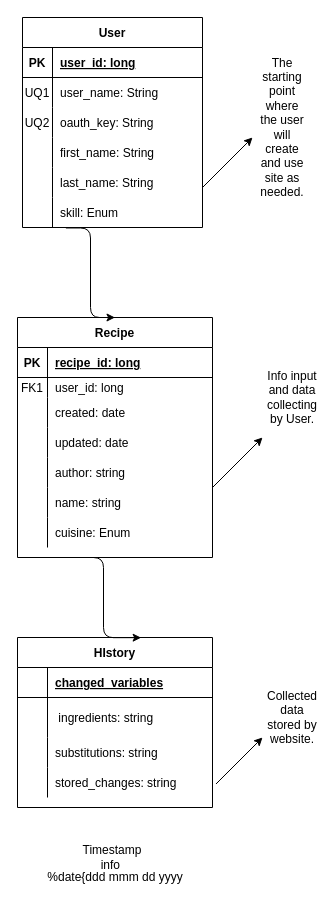
ddc-java-13/picky-eater keeps this draw.io diagram as docs/ERD.drawio. Above is the earlier version. Source tidied: cells renumbered, new cells numbered last; positions are measured from the earlier drawing's top-left corner, leaving out a move shared by most shapes. Both pictures are drawn from the tidied source at 100%, with x=0, y=0 at pixel (17, 17).
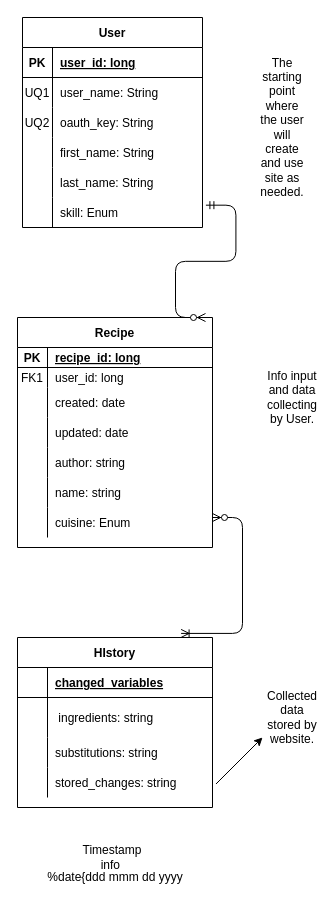
The same page after the edit.

Unchanged cells that the change refers to:
```xml
<mxCell id="18" style="shape=partialRectangle;fillColor=none;top=0;left=0;bottom=0;right=0;points=[[0,0.5],[1,0.5]];portConstraint=eastwest;" parent="2" vertex="1">
  <mxGeometry y="180" width="180" height="30" as="geometry" />
</mxCell>
<mxCell id="43" value="HIstory" style="shape=table;startSize=30;childLayout=tableLayout;rowLines=0;fontStyle=1;align=center;" parent="1" vertex="1">
  <mxGeometry y="620" width="195" height="170" as="geometry" />
</mxCell>
```

What changed in the source:
```diff
@@
     <mxCell id="21" value="Recipe" style="shape=table;startSize=30;childLayout=tableLayout;rowLines=0;fontStyle=1;align=center;" parent="1" vertex="1">
-      <mxGeometry y="300" width="195" height="240" as="geometry" />
+      <mxGeometry y="300" width="195" height="230" as="geometry" />
     </mxCell>
     <mxCell id="22" style="shape=partialRectangle;fillColor=none;top=0;left=0;bottom=1;right=0;" parent="21" vertex="1">
-      <mxGeometry y="30" width="195" height="30" as="geometry" />
+      <mxGeometry y="30" width="195" height="20" as="geometry" />
     </mxCell>
     <mxCell id="23" value="PK" style="shape=partialRectangle;fillColor=none;top=0;left=0;bottom=0;right=0;fontStyle=1;overflow=hidden;" parent="22" vertex="1">
-      <mxGeometry width="30" height="30" as="geometry" />
+      <mxGeometry width="30" height="20" as="geometry" />
     </mxCell>
     <mxCell id="24" value="recipe_id: long" style="shape=partialRectangle;fillColor=none;top=0;left=0;bottom=0;right=0;align=left;spacingLeft=6;fontStyle=5;overflow=hidden;" parent="22" vertex="1">
-      <mxGeometry x="30" width="165" height="30" as="geometry" />
+      <mxGeometry x="30" width="165" height="20" as="geometry" />
     </mxCell>
     <mxCell id="25" style="shape=partialRectangle;fillColor=none;top=0;left=0;bottom=0;right=0;" parent="21" vertex="1">
-      <mxGeometry y="60" width="195" height="20" as="geometry" />
+      <mxGeometry y="50" width="195" height="20" as="geometry" />
     </mxCell>
@@
     <mxCell id="28" style="shape=partialRectangle;fillColor=none;top=0;left=0;bottom=0;right=0;" parent="21" vertex="1">
-      <mxGeometry y="80" width="195" height="30" as="geometry" />
+      <mxGeometry y="70" width="195" height="30" as="geometry" />
     </mxCell>
@@
     <mxCell id="31" style="shape=partialRectangle;fillColor=none;top=0;left=0;bottom=0;right=0;" parent="21" vertex="1">
-      <mxGeometry y="110" width="195" height="30" as="geometry" />
+      <mxGeometry y="100" width="195" height="30" as="geometry" />
     </mxCell>
@@
     <mxCell id="34" style="shape=partialRectangle;fillColor=none;top=0;left=0;bottom=0;right=0;" parent="21" vertex="1">
-      <mxGeometry y="140" width="195" height="30" as="geometry" />
+      <mxGeometry y="130" width="195" height="30" as="geometry" />
     </mxCell>
@@
     <mxCell id="37" style="shape=partialRectangle;fillColor=none;top=0;left=0;bottom=0;right=0;" parent="21" vertex="1">
-      <mxGeometry y="170" width="195" height="30" as="geometry" />
+      <mxGeometry y="160" width="195" height="30" as="geometry" />
     </mxCell>
@@
     <mxCell id="40" style="shape=partialRectangle;fillColor=none;top=0;left=0;bottom=0;right=0;" parent="21" vertex="1">
-      <mxGeometry y="200" width="195" height="30" as="geometry" />
+      <mxGeometry y="190" width="195" height="30" as="geometry" />
     </mxCell>
@@
-    <mxCell id="56" style="edgeStyle=elbowEdgeStyle;elbow=horizontal;endArrow=classic;html=1;exitX=0.241;exitY=1.016;exitDx=0;exitDy=0;exitPerimeter=0;entryX=0.5;entryY=0;entryDx=0;entryDy=0;" parent="1" edge="1" source="18" target="21">
-      <mxGeometry relative="1" as="geometry" />
-    </mxCell>
-    <mxCell id="57" style="edgeStyle=elbowEdgeStyle;elbow=horizontal;endArrow=classic;html=1;exitX=0.25;exitY=1;exitDx=0;exitDy=0;entryX=0.634;entryY=0.001;entryDx=0;entryDy=0;entryPerimeter=0;" parent="1" edge="1" source="21" target="43">
-      <mxGeometry relative="1" as="geometry" />
-    </mxCell>
@@
-    <mxCell id="63" style="endArrow=classic;html=1;" parent="1" edge="1">
-      <mxGeometry relative="1" as="geometry">
-        <mxPoint x="195" y="470" as="sourcePoint" />
-        <mxPoint x="245" y="420" as="targetPoint" />
-      </mxGeometry>
-    </mxCell>
-    <mxCell id="64" style="endArrow=classic;html=1;" parent="1" edge="1">
-      <mxGeometry relative="1" as="geometry">
-        <mxPoint x="185" y="170" as="sourcePoint" />
-        <mxPoint x="235" y="120" as="targetPoint" />
-      </mxGeometry>
-    </mxCell>
@@
+    <mxCell id="66" style="edgeStyle=entityRelationEdgeStyle;fontSize=12;html=1;endArrow=ERzeroToMany;startArrow=ERmandOne;exitX=1.019;exitY=0.256;exitDx=0;exitDy=0;exitPerimeter=0;" parent="1" edge="1" source="18">
+      <mxGeometry relative="1" as="geometry">
+        <mxPoint x="188" y="300" as="targetPoint" />
+      </mxGeometry>
+    </mxCell>
+    <mxCell id="67" style="edgeStyle=entityRelationEdgeStyle;fontSize=12;html=1;endArrow=ERoneToMany;startArrow=ERzeroToMany;entryX=0.839;entryY=-0.024;entryDx=0;entryDy=0;entryPerimeter=0;" parent="1" edge="1" target="43">
+      <mxGeometry relative="1" as="geometry">
+        <mxPoint x="195" y="500" as="sourcePoint" />
+      </mxGeometry>
+    </mxCell>
```
